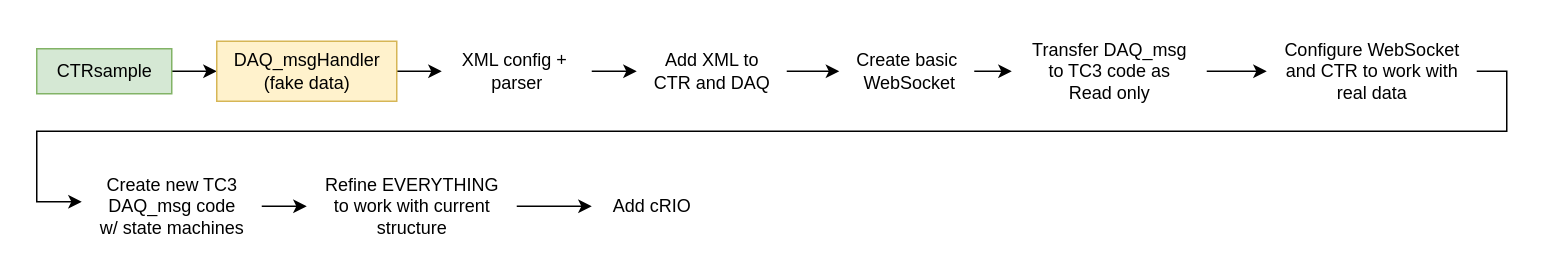
Miles-Holt/ERAU-RTC-Code keeps this draw.io diagram as page "Page-4" (4 of 4) of CTRsample/Documentation/node data flow.drawio. Above is the earlier version. Source tidied: cells renumbered, new cells numbered last; positions are measured from the earlier drawing's top-left corner, leaving out a move shared by most shapes. Both pictures are drawn from the tidied source at 150%, with x=0, y=0 at pixel (36, 26).
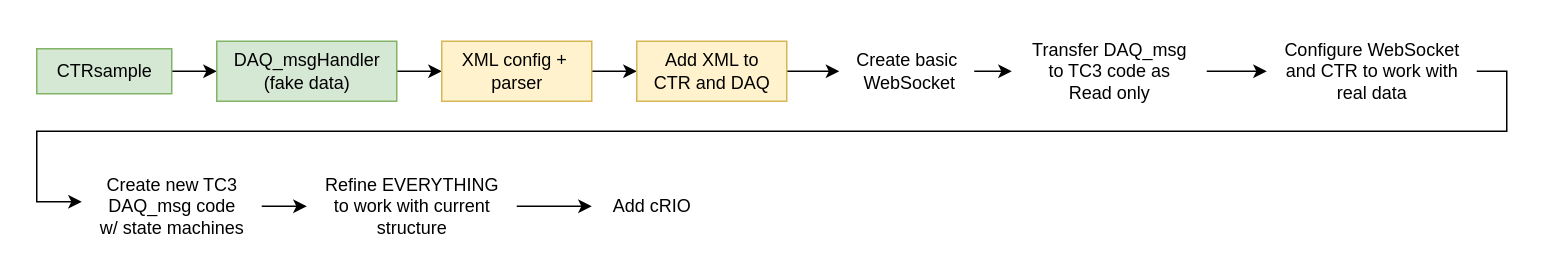
The same diagram, later.

What changed in the source:
```diff
@@
-    <mxCell id="5" value="DAQ_msgHandler&lt;br&gt;(fake data)" style="text;html=1;align=center;verticalAlign=middle;points=[];strokeColor=#d6b656;fillColor=#fff2cc;" parent="1" vertex="1">
+    <mxCell id="5" value="DAQ_msgHandler&lt;br&gt;(fake data)" style="text;html=1;align=center;verticalAlign=middle;points=[];strokeColor=#82b366;fillColor=#d5e8d4;" parent="1" vertex="1">
       <mxGeometry x="120" y="10" width="120" height="40" as="geometry" />
     </mxCell>
@@
-    <mxCell id="7" value="XML config +&amp;nbsp;&lt;br&gt;parser" style="text;html=1;align=center;verticalAlign=middle;points=[];strokeColor=none;fillColor=none;" parent="1" vertex="1">
+    <mxCell id="7" value="XML config +&amp;nbsp;&lt;br&gt;parser" style="text;html=1;align=center;verticalAlign=middle;points=[];strokeColor=#d6b656;fillColor=#fff2cc;" parent="1" vertex="1">
       <mxGeometry x="270" y="10" width="100" height="40" as="geometry" />
     </mxCell>
@@
-    <mxCell id="9" value="Add XML to&lt;br&gt;CTR and DAQ" style="text;html=1;align=center;verticalAlign=middle;points=[];strokeColor=none;fillColor=none;" parent="1" vertex="1">
+    <mxCell id="9" value="Add XML to&lt;br&gt;CTR and DAQ" style="text;html=1;align=center;verticalAlign=middle;points=[];strokeColor=#d6b656;fillColor=#fff2cc;" parent="1" vertex="1">
       <mxGeometry x="400" y="10" width="100" height="40" as="geometry" />
     </mxCell>
```
